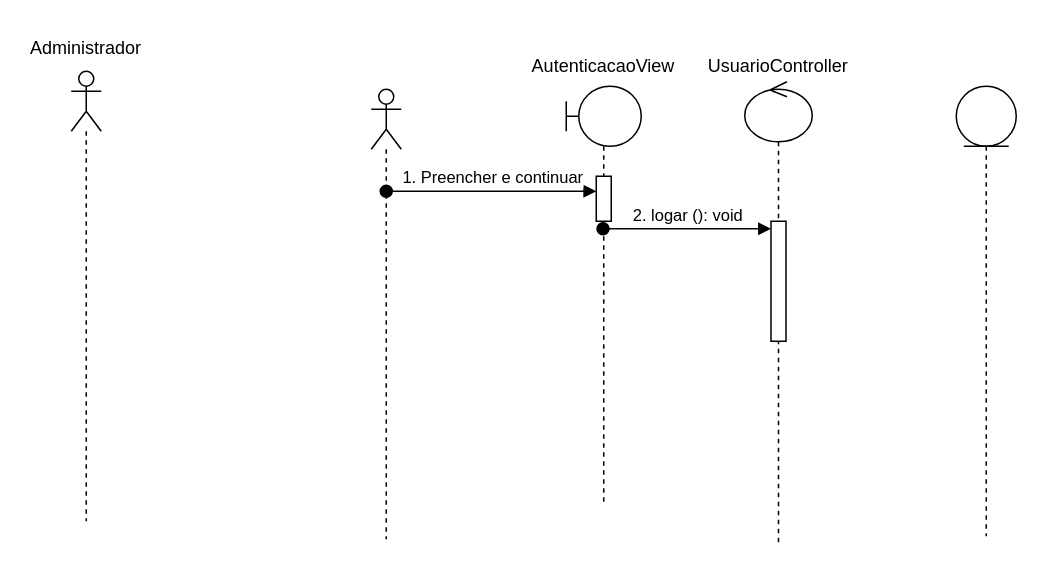
Above: DiagramaSequencia.drawio in augustorazani/QENEM-UML-Diagram (draw.io), before the change. Source tidied: cells renumbered, new cells numbered last; positions are measured from the earlier drawing's top-left corner, leaving out a move shared by most shapes. Both pictures are drawn from the tidied source at 150%, with x=0, y=0 at pixel (26, 26).
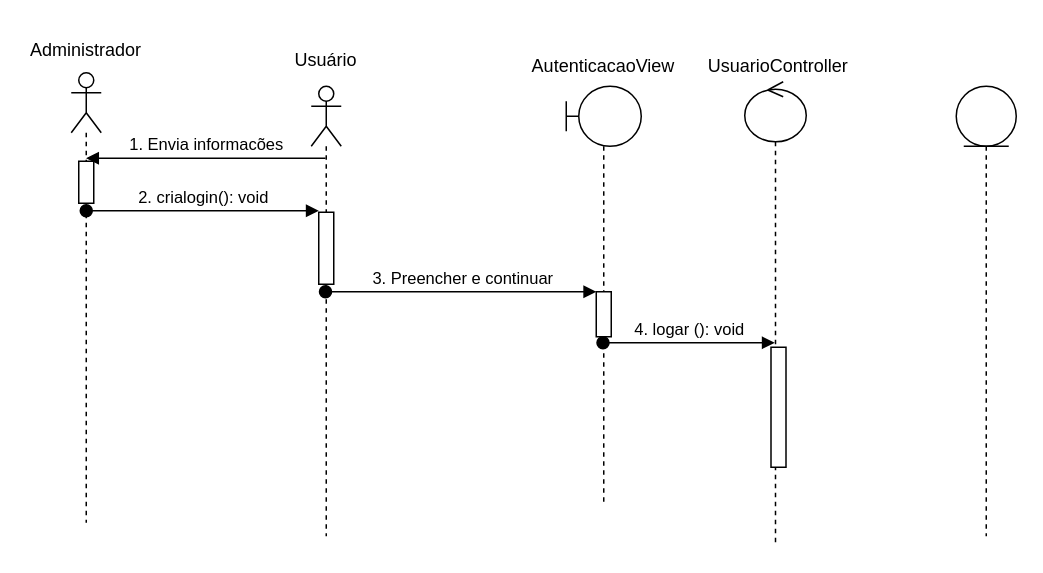
The same diagram, later.

Unchanged cells that the change refers to:
```xml
<mxCell id="3" style="shape=umlLifeline;perimeter=lifelinePerimeter;whiteSpace=wrap;html=1;outlineConnect=0;portConstraint=eastwest;newEdgeStyle={&quot;curved&quot;:0,&quot;rounded&quot;:0};participant=umlBoundary;" parent="1" vertex="1">
  <mxGeometry x="360" y="40" width="50" height="280" as="geometry" />
</mxCell>
<mxCell id="13" style="shape=umlLifeline;perimeter=lifelinePerimeter;whiteSpace=wrap;html=1;newEdgeStyle={&quot;curved&quot;:0,&quot;rounded&quot;:0};participant=umlActor;" parent="12" vertex="1">
  <mxGeometry x="30" y="30" width="20" height="300" as="geometry" />
</mxCell>
```

Change to the diagram source:
```diff
@@
-    <mxCell id="2" style="shape=umlLifeline;perimeter=lifelinePerimeter;whiteSpace=wrap;html=1;newEdgeStyle={&quot;curved&quot;:0,&quot;rounded&quot;:0};participant=umlActor;" parent="1" vertex="1">
-      <mxGeometry x="230" y="42" width="20" height="300" as="geometry" />
-    </mxCell>
@@
-    <mxCell id="4" style="html=1;points=[[0,0,0,0,5],[0,1,0,0,-5],[1,0,0,0,5],[1,1,0,0,-5]];perimeter=orthogonalPerimeter;outlineConnect=0;targetShapes=umlLifeline;portConstraint=eastwest;newEdgeStyle={&quot;curved&quot;:0,&quot;rounded&quot;:0};" parent="3" vertex="1">
-      <mxGeometry x="20" y="60" width="10" height="30" as="geometry" />
-    </mxCell>
@@
-    <mxCell id="6" value="1. Preencher e continuar" style="html=1;verticalAlign=bottom;startArrow=oval;endArrow=block;startSize=8;curved=0;rounded=0;" parent="1" edge="1" target="4">
+    <mxCell id="6" value="3. Preencher e continuar" style="html=1;verticalAlign=bottom;startArrow=oval;endArrow=block;startSize=8;curved=0;rounded=0;entryX=0;entryY=0;entryDx=0;entryDy=5;entryPerimeter=0;" parent="1" edge="1">
       <mxGeometry x="0.01" relative="1" as="geometry">
-        <mxPoint x="240" y="110" as="sourcePoint" />
+        <mxPoint x="199.5" y="177" as="sourcePoint" />
+        <mxPoint x="380" y="177" as="targetPoint" />
       </mxGeometry>
     </mxCell>
     <mxCell id="7" style="shape=umlLifeline;perimeter=lifelinePerimeter;whiteSpace=wrap;html=1;outlineConnect=0;portConstraint=eastwest;newEdgeStyle={&quot;curved&quot;:0,&quot;rounded&quot;:0};participant=umlControl;" parent="1" vertex="1">
-      <mxGeometry x="479" y="37" width="45" height="310" as="geometry" />
+      <mxGeometry x="479" y="37" width="41" height="310" as="geometry" />
     </mxCell>
     <mxCell id="8" style="html=1;points=[[0,0,0,0,5],[0,1,0,0,-5],[1,0,0,0,5],[1,1,0,0,-5]];perimeter=orthogonalPerimeter;outlineConnect=0;targetShapes=umlLifeline;portConstraint=eastwest;newEdgeStyle={&quot;curved&quot;:0,&quot;rounded&quot;:0};" parent="7" vertex="1">
-      <mxGeometry x="17.5" y="93" width="10" height="80" as="geometry" />
+      <mxGeometry x="17.5" y="177" width="10" height="80" as="geometry" />
     </mxCell>
@@
-    <mxCell id="10" value="2. logar (): void" style="html=1;verticalAlign=bottom;startArrow=oval;endArrow=block;startSize=8;curved=0;rounded=0;entryX=0;entryY=0;entryDx=0;entryDy=5;" parent="1" edge="1" source="3" target="8">
-      <mxGeometry relative="1" as="geometry" />
+    <mxCell id="10" value="4. logar (): void" style="html=1;verticalAlign=bottom;startArrow=oval;endArrow=block;startSize=8;curved=0;rounded=0;" parent="1" edge="1" target="7">
+      <mxGeometry relative="1" as="geometry">
+        <mxPoint x="384.5" y="211" as="sourcePoint" />
+      </mxGeometry>
     </mxCell>
@@
     <mxCell id="12" style="group;" parent="1" vertex="1">
-      <mxGeometry width="80" height="330" as="geometry" />
+      <mxGeometry y="1" width="80" height="330" as="geometry" />
     </mxCell>
@@
+    <mxCell id="15" style="html=1;perimeter=orthogonalPerimeter;targetShapes=umlLifeline;newEdgeStyle={&quot;curved&quot;:0,&quot;rounded&quot;:0};" parent="13" vertex="1">
+      <mxGeometry x="5" y="59" width="10" height="28" as="geometry" />
+    </mxCell>
@@
+    <mxCell id="16" value="2. crialogin(): void" style="html=1;verticalAlign=bottom;startArrow=oval;endArrow=block;startSize=8;curved=0;rounded=0;entryX=0;entryY=0;entryDx=0;entryDy=5;" parent="12" edge="1">
+      <mxGeometry relative="1" as="geometry">
+        <mxPoint x="40" y="122" as="sourcePoint" />
+        <mxPoint x="195" y="122" as="targetPoint" />
+      </mxGeometry>
+    </mxCell>
+    <mxCell id="17" style="group;" parent="1" vertex="1">
+      <mxGeometry x="160" y="8" width="80" height="332" as="geometry" />
+    </mxCell>
+    <mxCell id="2" style="shape=umlLifeline;perimeter=lifelinePerimeter;whiteSpace=wrap;html=1;newEdgeStyle={&quot;curved&quot;:0,&quot;rounded&quot;:0};participant=umlActor;" parent="17" vertex="1">
+      <mxGeometry x="30" y="32" width="20" height="300" as="geometry" />
+    </mxCell>
+    <mxCell id="18" value="Usuário" style="text;html=1;align=center;verticalAlign=middle;whiteSpace=wrap;rounded=0;" parent="17" vertex="1">
+      <mxGeometry width="80" height="30" as="geometry" />
+    </mxCell>
+    <mxCell id="19" value="1. Envia informacões" style="html=1;verticalAlign=bottom;endArrow=block;curved=0;rounded=0;" parent="1" edge="1">
+      <mxGeometry relative="1" as="geometry">
+        <mxPoint x="199.5" y="88" as="sourcePoint" />
+        <mxPoint x="39.9" y="88" as="targetPoint" />
+      </mxGeometry>
+    </mxCell>
+    <mxCell id="20" style="html=1;perimeter=orthogonalPerimeter;targetShapes=umlLifeline;newEdgeStyle={&quot;curved&quot;:0,&quot;rounded&quot;:0};" parent="1" vertex="1">
+      <mxGeometry x="195" y="124" width="10" height="48" as="geometry" />
+    </mxCell>
+    <mxCell id="4" style="html=1;points=[[0,0,0,0,5],[0,1,0,0,-5],[1,0,0,0,5],[1,1,0,0,-5]];perimeter=orthogonalPerimeter;outlineConnect=0;targetShapes=umlLifeline;portConstraint=eastwest;newEdgeStyle={&quot;curved&quot;:0,&quot;rounded&quot;:0};" parent="1" vertex="1">
+      <mxGeometry x="380" y="177" width="10" height="30" as="geometry" />
+    </mxCell>
```
